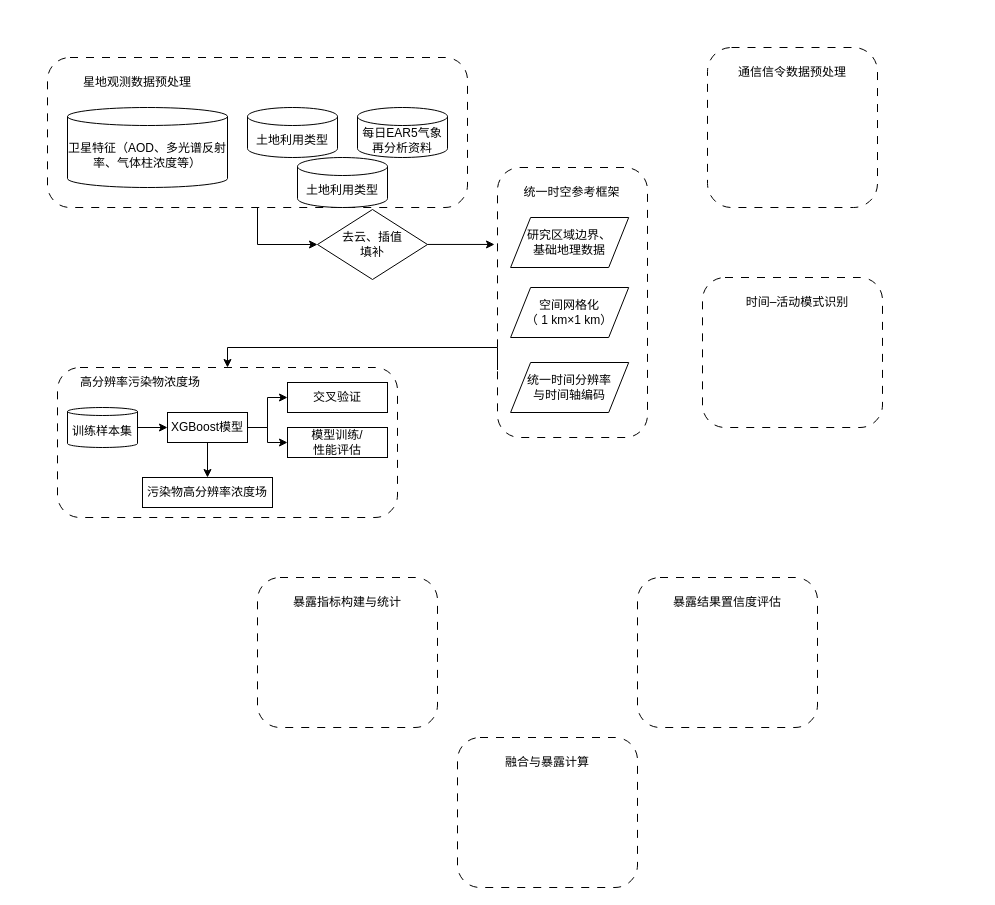
Above: 专利.drawio in 1059363121/iodraw-files (draw.io), before the change. Source tidied: cells renumbered, new cells numbered last; positions are measured from the earlier drawing's top-left corner, leaving out a move shared by most shapes. Both pictures are drawn from the tidied source at 100%, with x=0, y=0 at pixel (17, 47).
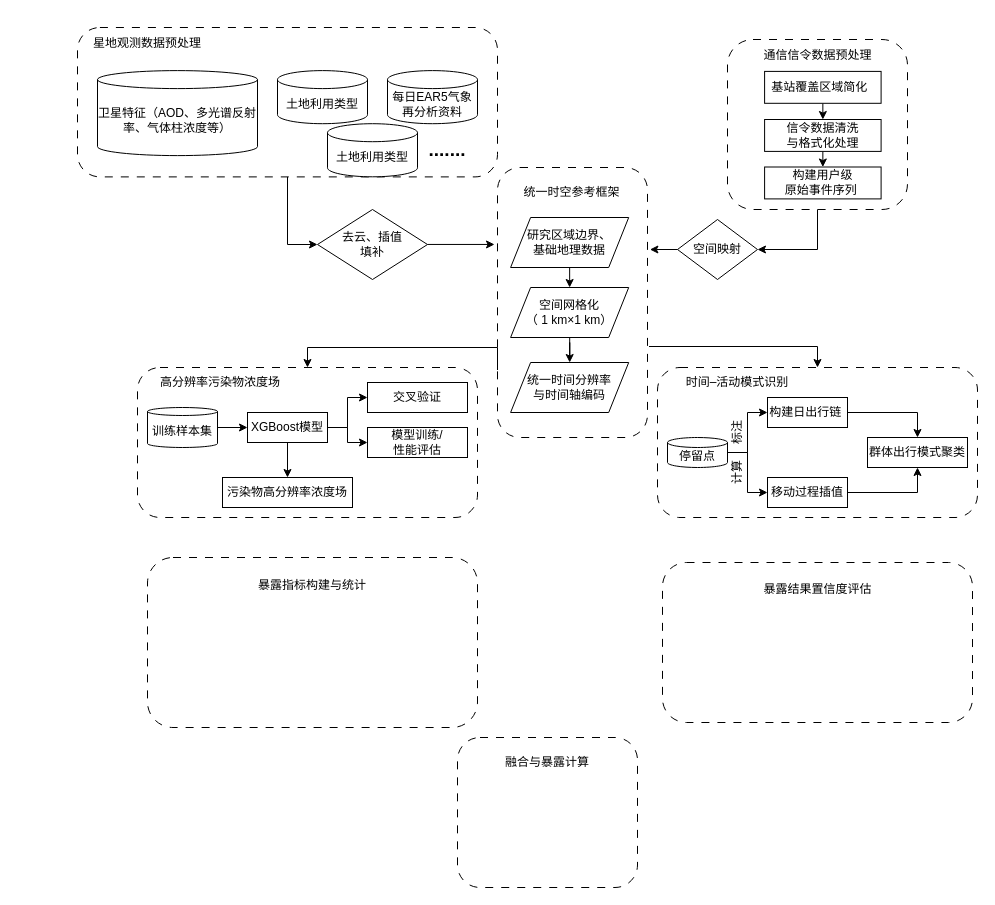
The same page after the edit.

Unchanged cells that the change refers to:
```xml
<mxCell id="2" style="group;" parent="1" vertex="1">
  <mxGeometry x="480" y="120" width="150" height="270" as="geometry" />
</mxCell>
<mxCell id="3" style="rounded=1;whiteSpace=wrap;html=1;dashed=1;dashPattern=8 8;" parent="2" vertex="1">
  <mxGeometry width="150" height="270" as="geometry" />
</mxCell>
<mxCell id="5" value="研究区域边界、&lt;div&gt;基础地理数据&lt;/div&gt;" style="shape=parallelogram;perimeter=parallelogramPerimeter;whiteSpace=wrap;html=1;fixedSize=1;" parent="2" vertex="1">
  <mxGeometry x="13.1" y="50" width="118.1" height="50" as="geometry" />
</mxCell>
<mxCell id="6" value="空间网格化&lt;div&gt;（ 1 km×1 km）&lt;/div&gt;" style="shape=parallelogram;perimeter=parallelogramPerimeter;whiteSpace=wrap;html=1;fixedSize=1;" parent="2" vertex="1">
  <mxGeometry x="13.1" y="120" width="118.1" height="50" as="geometry" />
</mxCell>
<mxCell id="7" value="统一时间分辨率&lt;div&gt;与时间轴编码&lt;/div&gt;" style="shape=parallelogram;perimeter=parallelogramPerimeter;whiteSpace=wrap;html=1;fixedSize=1;" parent="2" vertex="1">
  <mxGeometry x="13.1" y="195" width="118.1" height="50" as="geometry" />
</mxCell>
<mxCell id="22" style="rounded=1;whiteSpace=wrap;html=1;dashed=1;dashPattern=8 8;" parent="21" vertex="1">
  <mxGeometry width="340" height="150" as="geometry" />
</mxCell>
```

The edit, as a diff of the source:
```diff
@@
+    <mxCell id="19" style="rounded=1;whiteSpace=wrap;html=1;dashed=1;dashPattern=8 8;" parent="1" vertex="1">
+      <mxGeometry x="640" y="320" width="320" height="150" as="geometry" />
+    </mxCell>
+    <mxCell id="46" style="edgeStyle=orthogonalEdgeStyle;rounded=0;jettySize=auto;html=1;exitX=1;exitY=0.5;exitDx=0;exitDy=0;entryX=0.5;entryY=0;entryDx=0;entryDy=0;" parent="1" edge="1" source="47" target="67">
+      <mxGeometry relative="1" as="geometry" />
+    </mxCell>
+    <mxCell id="47" value="构建日出行链&amp;nbsp;" style="rounded=0;whiteSpace=wrap;html=1;" parent="1" vertex="1">
+      <mxGeometry x="750" y="350" width="80" height="30" as="geometry" />
+    </mxCell>
+    <mxCell id="48" value="计算" style="text;html=1;whiteSpace=wrap;strokeColor=none;fillColor=none;align=center;verticalAlign=middle;rounded=0;rotation=-90;" parent="1" vertex="1">
+      <mxGeometry x="685" y="410" width="70" height="30" as="geometry" />
+    </mxCell>
@@
+    <mxCell id="49" style="edgeStyle=orthogonalEdgeStyle;rounded=0;jettySize=auto;html=1;exitX=0.5;exitY=1;exitDx=0;exitDy=0;entryX=0.5;entryY=0;entryDx=0;entryDy=0;" parent="2" edge="1" source="5" target="6">
+      <mxGeometry relative="1" as="geometry" />
+    </mxCell>
@@
+    <mxCell id="50" style="edgeStyle=orthogonalEdgeStyle;rounded=0;jettySize=auto;html=1;" parent="2" edge="1" source="6" target="7">
+      <mxGeometry relative="1" as="geometry" />
+    </mxCell>
@@
     <mxCell id="8" style="group;" parent="1" vertex="1">
-      <mxGeometry x="30" y="10" width="420" height="160" as="geometry" />
+      <mxGeometry x="60" y="-30" width="420" height="170" as="geometry" />
     </mxCell>
     <mxCell id="9" style="rounded=1;whiteSpace=wrap;html=1;dashed=1;dashPattern=8 8;" parent="8" vertex="1">
-      <mxGeometry width="420" height="150" as="geometry" />
+      <mxGeometry y="10" width="420" height="149.4" as="geometry" />
     </mxCell>
     <mxCell id="10" value="星地观测数据预处理" style="text;html=1;whiteSpace=wrap;strokeColor=none;fillColor=none;align=center;verticalAlign=middle;rounded=0;" parent="8" vertex="1">
-      <mxGeometry x="30" y="10" width="120" height="30" as="geometry" />
+      <mxGeometry x="10" y="10" width="120" height="31.9" as="geometry" />
     </mxCell>
     <mxCell id="11" value="卫星特征（AOD、多光谱反射率、气体柱浓度等）" style="shape=cylinder3;whiteSpace=wrap;html=1;boundedLbl=1;backgroundOutline=1;size=9;" parent="8" vertex="1">
-      <mxGeometry x="20" y="50" width="160" height="80" as="geometry" />
+      <mxGeometry x="20" y="53.1" width="160" height="85" as="geometry" />
     </mxCell>
     <mxCell id="12" value="每日EAR5气象&lt;div&gt;再分析资料&lt;/div&gt;" style="shape=cylinder3;whiteSpace=wrap;html=1;boundedLbl=1;backgroundOutline=1;size=9;" parent="8" vertex="1">
-      <mxGeometry x="310" y="50" width="90" height="50" as="geometry" />
+      <mxGeometry x="310" y="53.1" width="90" height="53.1" as="geometry" />
     </mxCell>
     <mxCell id="13" value="土地利用类型" style="shape=cylinder3;whiteSpace=wrap;html=1;boundedLbl=1;backgroundOutline=1;size=9;" parent="8" vertex="1">
-      <mxGeometry x="200" y="50" width="90" height="50" as="geometry" />
+      <mxGeometry x="200" y="53.1" width="90" height="53.1" as="geometry" />
     </mxCell>
     <mxCell id="14" value="土地利用类型" style="shape=cylinder3;whiteSpace=wrap;html=1;boundedLbl=1;backgroundOutline=1;size=9;" parent="8" vertex="1">
-      <mxGeometry x="250" y="100" width="90" height="50" as="geometry" />
+      <mxGeometry x="250" y="106.2" width="90" height="53.1" as="geometry" />
     </mxCell>
+    <mxCell id="51" value="&lt;font style=&quot;font-size: 19px;&quot;&gt;&lt;b&gt;.......&lt;/b&gt;&lt;/font&gt;" style="text;html=1;whiteSpace=wrap;strokeColor=none;fillColor=none;align=center;verticalAlign=middle;rounded=0;" parent="8" vertex="1">
+      <mxGeometry x="340" y="117.8" width="60" height="30" as="geometry" />
+    </mxCell>
     <mxCell id="15" style="group;" parent="1" vertex="1">
-      <mxGeometry x="690" width="170" height="160" as="geometry" />
+      <mxGeometry x="710" y="-8" width="180" height="170" as="geometry" />
     </mxCell>
     <mxCell id="16" style="rounded=1;whiteSpace=wrap;html=1;dashed=1;dashPattern=8 8;" parent="15" vertex="1">
-      <mxGeometry width="170" height="160" as="geometry" />
+      <mxGeometry width="180" height="170" as="geometry" />
     </mxCell>
     <mxCell id="17" value="通信信令数据预处理" style="text;html=1;whiteSpace=wrap;strokeColor=none;fillColor=none;align=center;verticalAlign=middle;rounded=0;" parent="15" vertex="1">
-      <mxGeometry x="25" y="10" width="120" height="30" as="geometry" />
+      <mxGeometry x="26.5" width="127.1" height="31.9" as="geometry" />
     </mxCell>
-    <mxCell id="18" style="group;" parent="1" vertex="1">
-      <mxGeometry x="685" y="230" width="180" height="150" as="geometry" />
-    </mxCell>
-    <mxCell id="19" style="rounded=1;whiteSpace=wrap;html=1;dashed=1;dashPattern=8 8;" parent="18" vertex="1">
-      <mxGeometry width="180" height="150" as="geometry" />
-    </mxCell>
-    <mxCell id="20" value="时间–活动模式识别" style="text;html=1;whiteSpace=wrap;strokeColor=none;fillColor=none;align=center;verticalAlign=middle;rounded=0;" parent="18" vertex="1">
-      <mxGeometry x="35" y="10" width="120" height="30" as="geometry" />
-    </mxCell>
+    <mxCell id="52" style="edgeStyle=orthogonalEdgeStyle;rounded=0;jettySize=auto;html=1;exitX=0.5;exitY=1;exitDx=0;exitDy=0;entryX=0.5;entryY=0;entryDx=0;entryDy=0;" parent="15" edge="1" source="53" target="56">
+      <mxGeometry relative="1" as="geometry" />
+    </mxCell>
+    <mxCell id="53" value="基站覆盖区域简化&amp;nbsp;&amp;nbsp;" style="rounded=0;whiteSpace=wrap;html=1;" parent="15" vertex="1">
+      <mxGeometry x="37.1" y="31.9" width="116.5" height="31.9" as="geometry" />
+    </mxCell>
+    <mxCell id="54" value="构建用户级&lt;div&gt;原始事件序列&amp;nbsp;&lt;/div&gt;" style="rounded=0;whiteSpace=wrap;html=1;" parent="15" vertex="1">
+      <mxGeometry x="37.1" y="127.5" width="116.5" height="31.9" as="geometry" />
+    </mxCell>
+    <mxCell id="55" style="edgeStyle=orthogonalEdgeStyle;rounded=0;jettySize=auto;html=1;exitX=0.5;exitY=1;exitDx=0;exitDy=0;entryX=0.5;entryY=0;entryDx=0;entryDy=0;" parent="15" edge="1" source="56" target="54">
+      <mxGeometry relative="1" as="geometry" />
+    </mxCell>
+    <mxCell id="56" value="信令数据清洗&lt;div&gt;与格式化处理&lt;/div&gt;" style="rounded=0;whiteSpace=wrap;html=1;" parent="15" vertex="1">
+      <mxGeometry x="37.1" y="80" width="116.5" height="31.9" as="geometry" />
+    </mxCell>
     <mxCell id="21" style="group;" parent="1" vertex="1">
-      <mxGeometry x="40" y="320" width="340" height="150" as="geometry" />
+      <mxGeometry x="120" y="320" width="340" height="150" as="geometry" />
     </mxCell>
@@
     <mxCell id="36" style="group;" parent="1" vertex="1">
-      <mxGeometry x="620" y="530" width="180" height="150" as="geometry" />
+      <mxGeometry x="645" y="515" width="310" height="160" as="geometry" />
     </mxCell>
     <mxCell id="37" style="rounded=1;whiteSpace=wrap;html=1;dashed=1;dashPattern=8 8;" parent="36" vertex="1">
-      <mxGeometry width="180" height="150" as="geometry" />
+      <mxGeometry width="310" height="160" as="geometry" />
     </mxCell>
     <mxCell id="38" value="暴露结果置信度评估" style="text;html=1;whiteSpace=wrap;strokeColor=none;fillColor=none;align=center;verticalAlign=middle;rounded=0;" parent="36" vertex="1">
-      <mxGeometry x="30" y="10" width="120" height="30" as="geometry" />
+      <mxGeometry x="51.7" y="10.7" width="206.7" height="32" as="geometry" />
     </mxCell>
     <mxCell id="39" style="group;" parent="1" vertex="1">
-      <mxGeometry x="240" y="530" width="180" height="150" as="geometry" />
+      <mxGeometry x="130" y="510" width="330" height="170" as="geometry" />
     </mxCell>
     <mxCell id="40" style="rounded=1;whiteSpace=wrap;html=1;dashed=1;dashPattern=8 8;" parent="39" vertex="1">
-      <mxGeometry width="180" height="150" as="geometry" />
+      <mxGeometry width="330" height="170" as="geometry" />
     </mxCell>
     <mxCell id="41" value="暴露指标构建与统计" style="text;html=1;whiteSpace=wrap;strokeColor=none;fillColor=none;align=center;verticalAlign=middle;rounded=0;" parent="39" vertex="1">
-      <mxGeometry x="30" y="10" width="120" height="30" as="geometry" />
+      <mxGeometry x="55" y="11.3" width="220" height="34" as="geometry" />
     </mxCell>
@@
     <mxCell id="45" style="edgeStyle=orthogonalEdgeStyle;rounded=0;jettySize=auto;html=1;exitX=0;exitY=0.75;exitDx=0;exitDy=0;entryX=0.5;entryY=0;entryDx=0;entryDy=0;" parent="1" edge="1" source="3" target="22">
       <mxGeometry relative="1" as="geometry">
         <Array as="points">
           <mxPoint x="480" y="300" />
-          <mxPoint x="210" y="300" />
+          <mxPoint x="290" y="300" />
         </Array>
       </mxGeometry>
     </mxCell>
+    <mxCell id="57" style="edgeStyle=orthogonalEdgeStyle;rounded=0;jettySize=auto;html=1;exitX=0.5;exitY=1;exitDx=0;exitDy=0;entryX=1;entryY=0.5;entryDx=0;entryDy=0;" parent="1" edge="1" source="16" target="58">
+      <mxGeometry relative="1" as="geometry" />
+    </mxCell>
+    <mxCell id="58" value="空间映射" style="rhombus;whiteSpace=wrap;html=1;" parent="1" vertex="1">
+      <mxGeometry x="660" y="172" width="80" height="60" as="geometry" />
+    </mxCell>
+    <mxCell id="59" style="edgeStyle=orthogonalEdgeStyle;rounded=0;jettySize=auto;html=1;entryX=0.5;entryY=0;entryDx=0;entryDy=0;exitX=1.01;exitY=0.663;exitDx=0;exitDy=0;exitPerimeter=0;" parent="1" edge="1" source="3" target="19">
+      <mxGeometry relative="1" as="geometry" />
+    </mxCell>
+    <mxCell id="60" style="edgeStyle=orthogonalEdgeStyle;rounded=0;jettySize=auto;html=1;exitX=0;exitY=0.5;exitDx=0;exitDy=0;entryX=1.016;entryY=0.305;entryDx=0;entryDy=0;entryPerimeter=0;" parent="1" edge="1" source="58" target="3">
+      <mxGeometry relative="1" as="geometry" />
+    </mxCell>
+    <mxCell id="61" value="标注" style="text;html=1;whiteSpace=wrap;strokeColor=none;fillColor=none;align=center;verticalAlign=middle;rounded=0;rotation=-90;" parent="1" vertex="1">
+      <mxGeometry x="685" y="370" width="70" height="30" as="geometry" />
+    </mxCell>
+    <mxCell id="20" value="时间–活动模式识别" style="text;html=1;whiteSpace=wrap;strokeColor=none;fillColor=none;align=center;verticalAlign=middle;rounded=0;" parent="1" vertex="1">
+      <mxGeometry x="660" y="320" width="120" height="30" as="geometry" />
+    </mxCell>
+    <mxCell id="62" style="edgeStyle=orthogonalEdgeStyle;rounded=0;jettySize=auto;html=1;exitX=1;exitY=0.5;exitDx=0;exitDy=0;exitPerimeter=0;entryX=0;entryY=0.5;entryDx=0;entryDy=0;" parent="1" edge="1" source="64" target="47">
+      <mxGeometry relative="1" as="geometry" />
+    </mxCell>
+    <mxCell id="63" style="edgeStyle=orthogonalEdgeStyle;rounded=0;jettySize=auto;html=1;exitX=1;exitY=0.5;exitDx=0;exitDy=0;exitPerimeter=0;entryX=0;entryY=0.5;entryDx=0;entryDy=0;" parent="1" edge="1" source="64" target="66">
+      <mxGeometry relative="1" as="geometry" />
+    </mxCell>
+    <mxCell id="64" value="停留点" style="shape=cylinder3;whiteSpace=wrap;html=1;boundedLbl=1;backgroundOutline=1;size=5;" parent="1" vertex="1">
+      <mxGeometry x="650" y="390" width="60" height="30" as="geometry" />
+    </mxCell>
+    <mxCell id="65" style="edgeStyle=orthogonalEdgeStyle;rounded=0;jettySize=auto;html=1;exitX=1;exitY=0.5;exitDx=0;exitDy=0;entryX=0.5;entryY=1;entryDx=0;entryDy=0;" parent="1" edge="1" source="66" target="67">
+      <mxGeometry relative="1" as="geometry" />
+    </mxCell>
+    <mxCell id="66" value="移动过程插值" style="rounded=0;whiteSpace=wrap;html=1;" parent="1" vertex="1">
+      <mxGeometry x="750" y="430" width="80" height="30" as="geometry" />
+    </mxCell>
+    <mxCell id="67" value="群体出行模式聚类" style="rounded=0;whiteSpace=wrap;html=1;" parent="1" vertex="1">
+      <mxGeometry x="850" y="390" width="100" height="30" as="geometry" />
+    </mxCell>
```
